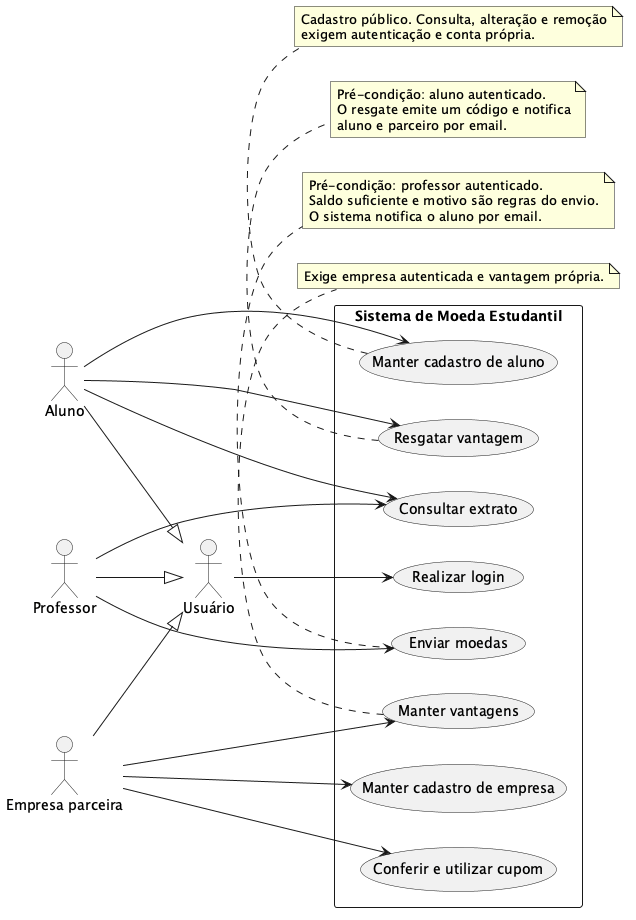
The PlantUML diagram docs/diagramas/casos_de_uso.png in lucasnmc12/lab03-moeda-estudantil, before a commit.
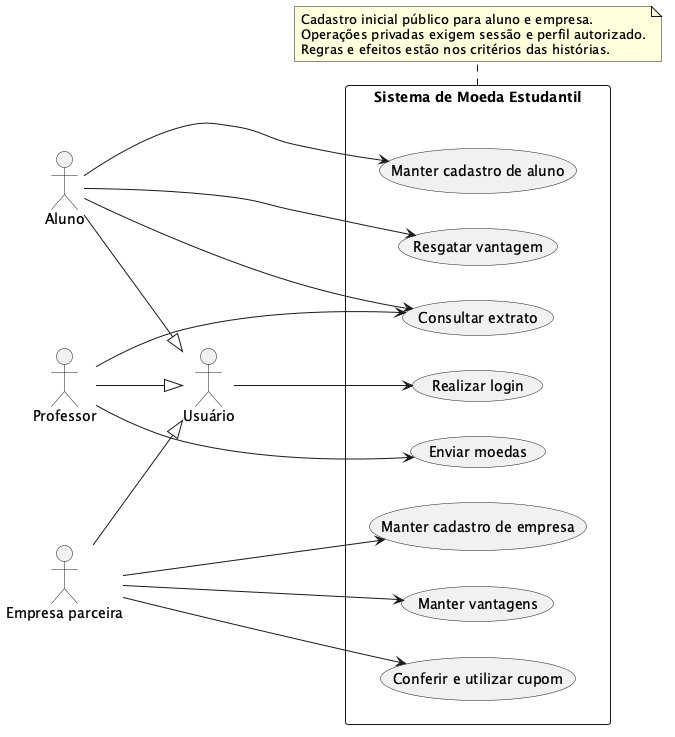
The same diagram one commit later.

Diff of the diagram source:
```diff
@@ -8,7 +8,7 @@
 Aluno --|> Usuario
 Professor --|> Usuario
 Empresa --|> Usuario
-rectangle "Sistema de Moeda Estudantil" {
+rectangle "Sistema de Moeda Estudantil" as Sistema {
   usecase "Realizar login" as UC01
   usecase "Manter cadastro de aluno" as UC02
   usecase "Manter cadastro de empresa" as UC03
@@ -27,21 +27,9 @@
 Empresa --> UC06
 Aluno --> UC07
 Empresa --> UC08
-note bottom of UC02
-Cadastro público. Consulta, alteração e remoção
-exigem autenticação e conta própria.
-end note
-note bottom of UC04
-Pré-condição: professor autenticado.
-Saldo suficiente e motivo são regras do envio.
-O sistema notifica o aluno por email.
-end note
-note bottom of UC07
-Pré-condição: aluno autenticado.
-O resgate emite um código e notifica
-aluno e parceiro por email.
-end note
-note bottom of UC06
-Exige empresa autenticada e vantagem própria.
+note bottom of Sistema
+Cadastro inicial público para aluno e empresa.
+Operações privadas exigem sessão e perfil autorizado.
+Regras e efeitos estão nos critérios das histórias.
 end note
 @enduml
```
